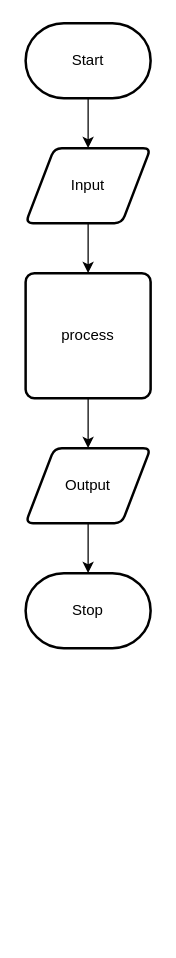
The draw.io diagram design/flow-chart.drawio in Timothy-Manwell/ICS2O-Unit6-03, before the edit. Source tidied: cells renumbered, new cells numbered last; positions are measured from the earlier drawing's top-left corner, leaving out a move shared by most shapes. Both pictures are drawn from the tidied source at 125%, with x=0, y=0 at pixel (25, 22).
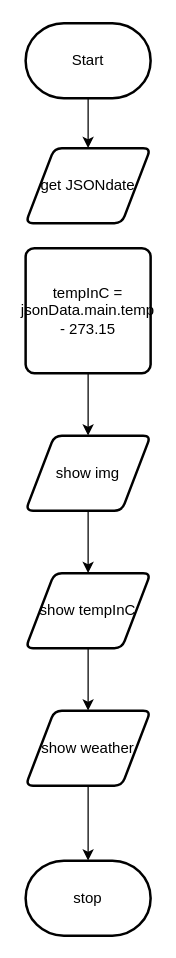
The same page after the edit.

Diff of the diagram source:
```diff
@@
 <mxGraphModel>
   <root>
     <mxCell id="0" />
     <mxCell id="1" parent="0" />
     <mxCell id="2" style="edgeStyle=none;html=1;" parent="1" edge="1" source="3" target="5">
       <mxGeometry relative="1" as="geometry" />
     </mxCell>
     <mxCell id="3" value="Start" style="strokeWidth=2;html=1;shape=mxgraph.flowchart.terminator;whiteSpace=wrap;" parent="1" vertex="1">
       <mxGeometry width="100" height="60" as="geometry" />
     </mxCell>
-    <mxCell id="4" style="edgeStyle=none;html=1;" parent="1" edge="1" source="5" target="7">
-      <mxGeometry relative="1" as="geometry" />
-    </mxCell>
-    <mxCell id="5" value="Input" style="shape=parallelogram;html=1;strokeWidth=2;perimeter=parallelogramPerimeter;whiteSpace=wrap;rounded=1;arcSize=12;size=0.23;" parent="1" vertex="1">
+    <mxCell id="5" value="get JSONdate" style="shape=parallelogram;html=1;strokeWidth=2;perimeter=parallelogramPerimeter;whiteSpace=wrap;rounded=1;arcSize=12;size=0.23;" parent="1" vertex="1">
       <mxGeometry y="100" width="100" height="60" as="geometry" />
     </mxCell>
-    <mxCell id="6" style="edgeStyle=none;html=1;" parent="1" edge="1" source="7" target="9">
-      <mxGeometry relative="1" as="geometry" />
-    </mxCell>
-    <mxCell id="7" value="process" style="rounded=1;whiteSpace=wrap;html=1;absoluteArcSize=1;arcSize=14;strokeWidth=2;" parent="1" vertex="1">
-      <mxGeometry y="200" width="100" height="100" as="geometry" />
-    </mxCell>
+    <mxCell id="11" style="edgeStyle=none;html=1;" parent="1" edge="1" source="8" target="13">
+      <mxGeometry relative="1" as="geometry" />
+    </mxCell>
-    <mxCell id="8" style="edgeStyle=none;html=1;" parent="1" edge="1" source="9" target="10">
-      <mxGeometry relative="1" as="geometry" />
+    <mxCell id="8" value="tempInC = jsonData.main.temp - 273.15" style="rounded=1;whiteSpace=wrap;html=1;absoluteArcSize=1;arcSize=14;strokeWidth=2;" parent="1" vertex="1">
+      <mxGeometry y="180" width="100" height="100" as="geometry" />
     </mxCell>
-    <mxCell id="9" value="Output" style="shape=parallelogram;html=1;strokeWidth=2;perimeter=parallelogramPerimeter;whiteSpace=wrap;rounded=1;arcSize=12;size=0.23;" parent="1" vertex="1">
-      <mxGeometry y="340" width="100" height="60" as="geometry" />
-    </mxCell>
-    <mxCell id="10" value="Stop" style="strokeWidth=2;html=1;shape=mxgraph.flowchart.terminator;whiteSpace=wrap;" parent="1" vertex="1">
-      <mxGeometry y="440" width="100" height="60" as="geometry" />
-    </mxCell>
+    <mxCell id="12" style="edgeStyle=none;html=1;" parent="1" edge="1" source="13" target="15">
+      <mxGeometry relative="1" as="geometry" />
+    </mxCell>
+    <mxCell id="13" value="show img" style="shape=parallelogram;html=1;strokeWidth=2;perimeter=parallelogramPerimeter;whiteSpace=wrap;rounded=1;arcSize=12;size=0.23;" parent="1" vertex="1">
+      <mxGeometry y="330" width="100" height="60" as="geometry" />
+    </mxCell>
+    <mxCell id="14" style="edgeStyle=none;html=1;" parent="1" edge="1" source="15" target="17">
+      <mxGeometry relative="1" as="geometry" />
+    </mxCell>
+    <mxCell id="15" value="show tempInC" style="shape=parallelogram;html=1;strokeWidth=2;perimeter=parallelogramPerimeter;whiteSpace=wrap;rounded=1;arcSize=12;size=0.23;" parent="1" vertex="1">
+      <mxGeometry y="440" width="100" height="60" as="geometry" />
+    </mxCell>
+    <mxCell id="16" style="edgeStyle=none;html=1;" parent="1" edge="1" source="17" target="18">
+      <mxGeometry relative="1" as="geometry" />
+    </mxCell>
+    <mxCell id="17" value="show weather" style="shape=parallelogram;html=1;strokeWidth=2;perimeter=parallelogramPerimeter;whiteSpace=wrap;rounded=1;arcSize=12;size=0.23;" parent="1" vertex="1">
+      <mxGeometry y="550" width="100" height="60" as="geometry" />
+    </mxCell>
+    <mxCell id="18" value="stop" style="strokeWidth=2;html=1;shape=mxgraph.flowchart.terminator;whiteSpace=wrap;" parent="1" vertex="1">
+      <mxGeometry y="670" width="100" height="60" as="geometry" />
+    </mxCell>
   </root>
 </mxGraphModel>
```
